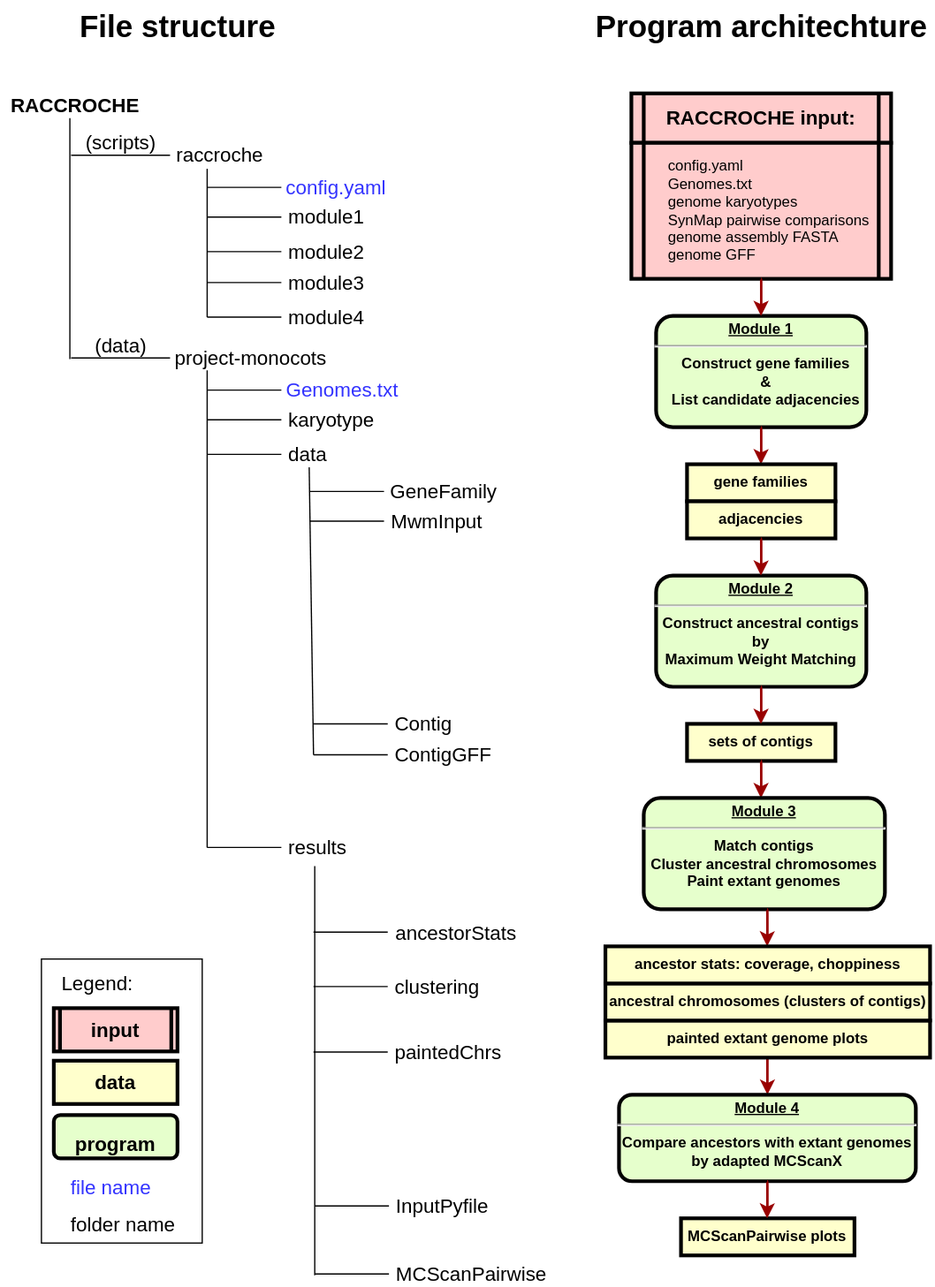
This is documentation/program-vs-file-structure.svg from jin-repo/RACCROCHE, a draw.io export, as it was before one commit. Source tidied: cells renumbered, new cells last; positions are measured from the earlier drawing's top-left corner, leaving out a move shared by most shapes.
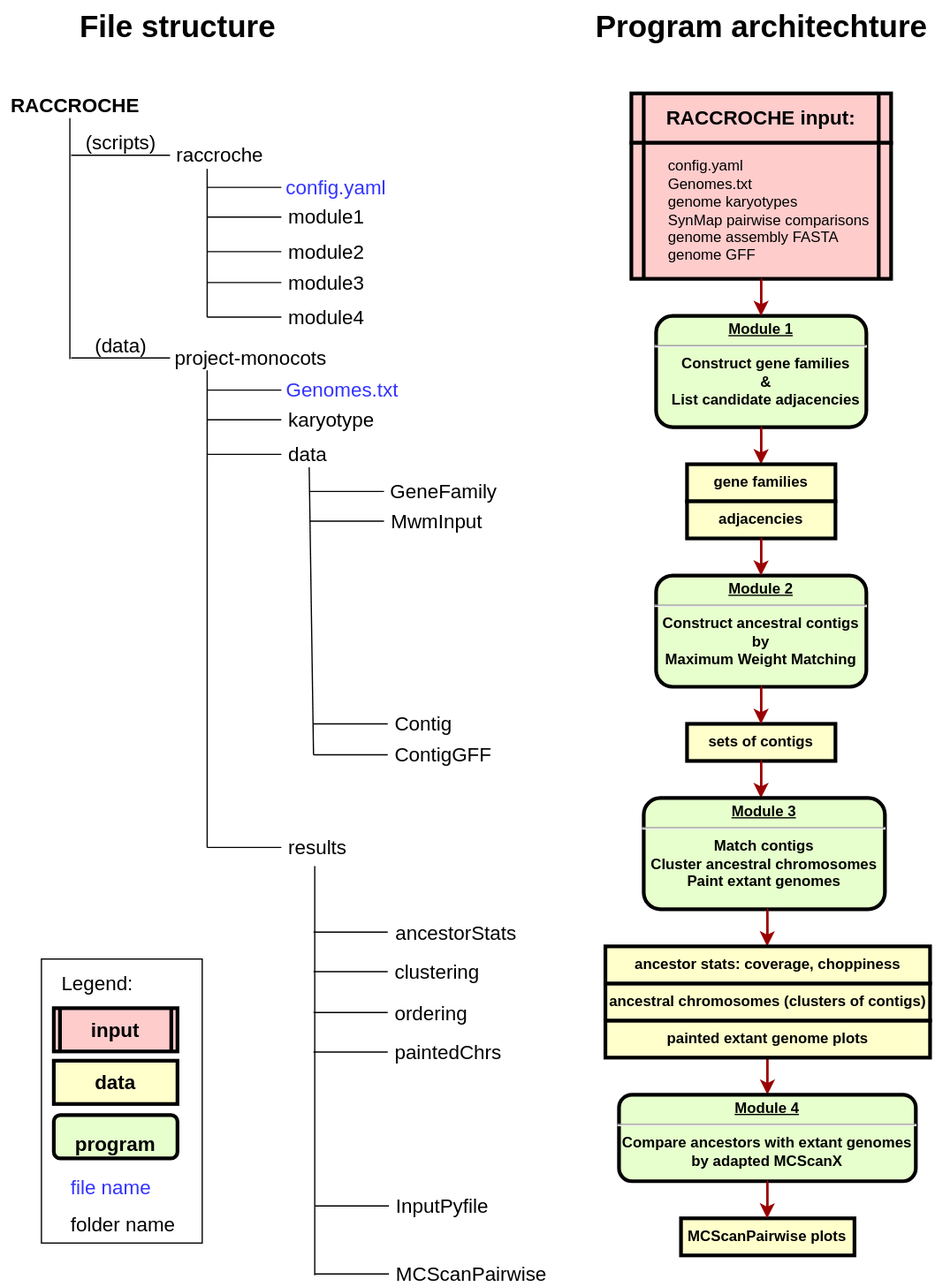
Above is the later version.

Commit message:
added ordering results

The edit, as a diff of the source:
```diff
@@ -386,13 +386,13 @@
       <mxGeometry x="64" y="97" width="100" height="20" as="geometry" />
     </mxCell>
     <mxCell id="99" style="endArrow=none;html=1;fontSize=16;" parent="95" edge="1">
-      <mxGeometry y="24" as="geometry">
-        <mxPoint y="54" as="sourcePoint" />
-        <mxPoint x="60" y="54" as="targetPoint" />
+      <mxGeometry y="12" as="geometry">
+        <mxPoint y="42" as="sourcePoint" />
+        <mxPoint x="60" y="42" as="targetPoint" />
       </mxGeometry>
     </mxCell>
     <mxCell id="100" value="clustering" style="text;html=1;align=left;verticalAlign=middle;fontSize=16;" parent="95" vertex="1">
-      <mxGeometry x="64" y="44" width="80" height="20" as="geometry" />
+      <mxGeometry x="64" y="32" width="80" height="20" as="geometry" />
     </mxCell>
     <mxCell id="101" style="endArrow=none;html=1;fontSize=16;" parent="95" edge="1">
       <mxGeometry y="52" as="geometry">
@@ -400,5 +400,14 @@
         <mxPoint x="60" y="107" as="targetPoint" />
       </mxGeometry>
     </mxCell>
+    <mxCell id="102" style="endArrow=none;html=1;fontSize=16;" parent="1" edge="1">
+      <mxGeometry y="45" as="geometry">
+        <mxPoint x="253" y="818.5" as="sourcePoint" />
+        <mxPoint x="313" y="818.5" as="targetPoint" />
+      </mxGeometry>
+    </mxCell>
+    <mxCell id="103" value="ordering" style="text;html=1;align=left;verticalAlign=middle;fontSize=16;" parent="1" vertex="1">
+      <mxGeometry x="317" y="808.5" width="70" height="20" as="geometry" />
+    </mxCell>
   </root>
 </mxGraphModel>
```
